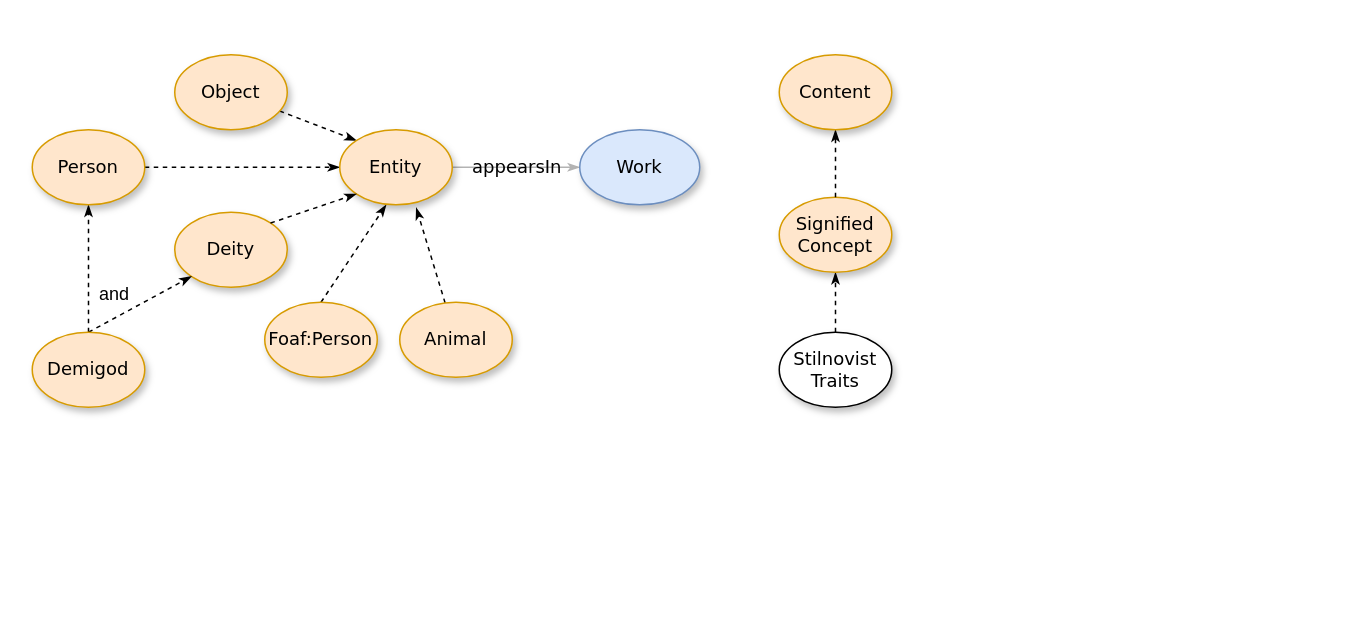
Earlier version of the draw.io diagram Work_Entity.drawio (SeleniaAnastasi/GeneredOntoComedy). Source tidied: cells renumbered, new cells numbered last; positions are measured from the earlier drawing's top-left corner, leaving out a move shared by most shapes. Both pictures are drawn from the tidied source at 150%, with x=0, y=0 at pixel (32, 54).
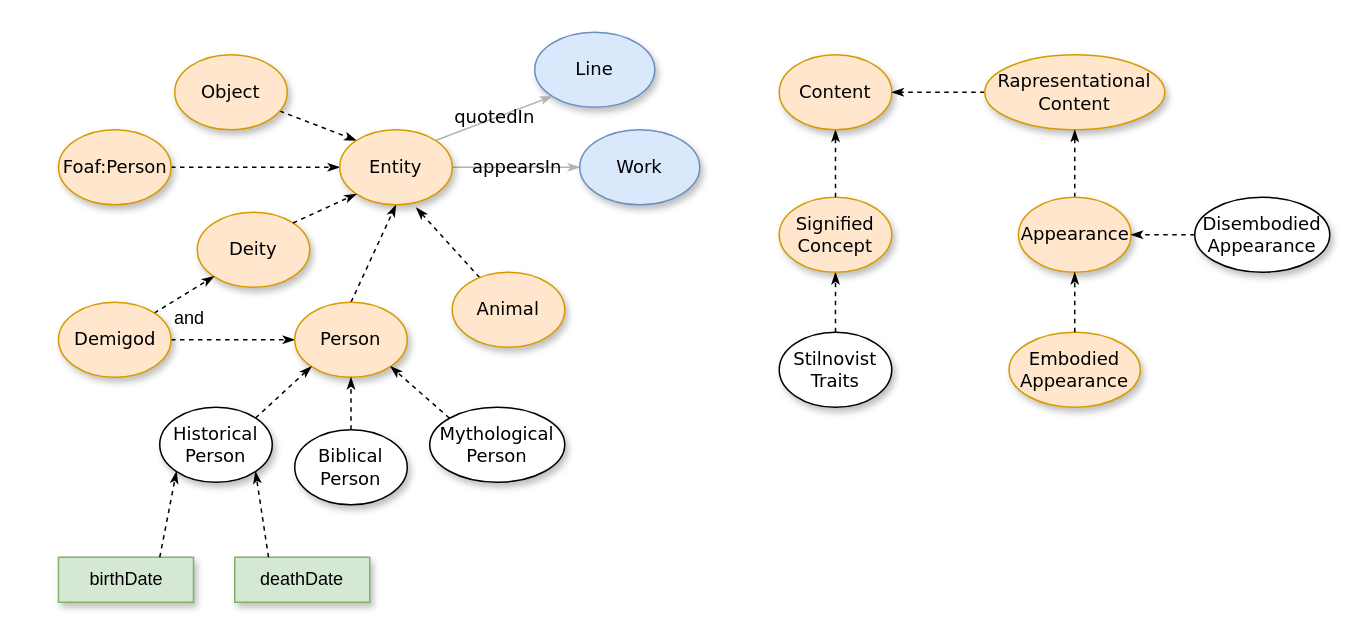
Above is the later version.

Unchanged cells that the change refers to:
```xml
<mxCell id="12" value="&lt;span&gt;Content&lt;/span&gt;" style="ellipse;whiteSpace=wrap;html=1;rounded=0;shadow=1;comic=0;labelBackgroundColor=none;strokeWidth=1;fontFamily=Verdana;fontSize=12;align=center;fillColor=#ffe6cc;strokeColor=#d79b00;" parent="1" vertex="1">
  <mxGeometry x="498" width="75" height="50" as="geometry" />
</mxCell>
<mxCell id="18" value="Entity" style="ellipse;whiteSpace=wrap;html=1;rounded=0;shadow=1;comic=0;labelBackgroundColor=none;strokeWidth=1;fontFamily=Verdana;fontSize=12;align=center;fillColor=#ffe6cc;strokeColor=#d79b00;" parent="1" vertex="1">
  <mxGeometry x="205" y="50" width="75" height="50" as="geometry" />
</mxCell>
```

Diff of the diagram source:
```diff
@@
     <mxCell id="7" value="&lt;span&gt;Animal&lt;/span&gt;" style="ellipse;whiteSpace=wrap;html=1;rounded=0;shadow=1;comic=0;labelBackgroundColor=none;strokeWidth=1;fontFamily=Verdana;fontSize=12;align=center;fillColor=#ffe6cc;strokeColor=#d79b00;" parent="1" vertex="1">
-      <mxGeometry x="245" y="165" width="75" height="50" as="geometry" />
+      <mxGeometry x="280" y="145" width="75" height="50" as="geometry" />
     </mxCell>
@@
-    <mxCell id="11" style="edgeStyle=none;rounded=1;html=1;labelBackgroundColor=none;startArrow=none;startFill=0;startSize=5;endArrow=classicThin;endFill=1;endSize=5;jettySize=auto;strokeColor=#000000;strokeWidth=1;fontFamily=Verdana;fontSize=12;entryX=0.5;entryY=1;entryDx=0;entryDy=0;exitX=0.5;exitY=0;exitDx=0;exitDy=0;dashed=1;" parent="1" edge="1" source="22" target="20">
+    <mxCell id="11" style="edgeStyle=none;rounded=1;html=1;labelBackgroundColor=none;startArrow=none;startFill=0;startSize=5;endArrow=classicThin;endFill=1;endSize=5;jettySize=auto;strokeColor=#000000;strokeWidth=1;fontFamily=Verdana;fontSize=12;entryX=0;entryY=0.5;entryDx=0;entryDy=0;exitX=1;exitY=0.5;exitDx=0;exitDy=0;dashed=1;" parent="1" edge="1" source="22" target="20">
       <mxGeometry relative="1" as="geometry" />
     </mxCell>
@@
-    <mxCell id="14" style="edgeStyle=none;rounded=1;html=1;labelBackgroundColor=none;startArrow=none;startFill=0;startSize=5;endArrow=classicThin;endFill=1;endSize=5;jettySize=auto;strokeColor=#000000;strokeWidth=1;fontFamily=Verdana;fontSize=12;exitX=0.5;exitY=0;exitDx=0;exitDy=0;entryX=0.413;entryY=1;entryDx=0;entryDy=0;entryPerimeter=0;dashed=1;" parent="1" edge="1" source="16" target="18">
+    <mxCell id="14" style="edgeStyle=none;rounded=1;html=1;labelBackgroundColor=none;startArrow=none;startFill=0;startSize=5;endArrow=classicThin;endFill=1;endSize=5;jettySize=auto;strokeColor=#000000;strokeWidth=1;fontFamily=Verdana;fontSize=12;exitX=1;exitY=0.5;exitDx=0;exitDy=0;entryX=0;entryY=0.5;entryDx=0;entryDy=0;dashed=1;" parent="1" edge="1" source="16" target="18">
       <mxGeometry relative="1" as="geometry" />
     </mxCell>
     <mxCell id="15" value="&lt;span&gt;Deity&lt;/span&gt;" style="ellipse;whiteSpace=wrap;html=1;rounded=0;shadow=1;comic=0;labelBackgroundColor=none;strokeWidth=1;fontFamily=Verdana;fontSize=12;align=center;fillColor=#ffe6cc;strokeColor=#d79b00;" parent="1" vertex="1">
-      <mxGeometry x="95" y="105" width="75" height="50" as="geometry" />
+      <mxGeometry x="110" y="105" width="75" height="50" as="geometry" />
     </mxCell>
     <mxCell id="16" value="Foaf:Person" style="ellipse;whiteSpace=wrap;html=1;rounded=0;shadow=1;comic=0;labelBackgroundColor=none;strokeWidth=1;fontFamily=Verdana;fontSize=12;align=center;fillColor=#ffe6cc;strokeColor=#d79b00;" parent="1" vertex="1">
-      <mxGeometry x="155" y="165" width="75" height="50" as="geometry" />
+      <mxGeometry x="17.5" y="50" width="75" height="50" as="geometry" />
     </mxCell>
-    <mxCell id="17" style="edgeStyle=none;rounded=1;html=1;labelBackgroundColor=none;startArrow=none;startFill=0;startSize=5;endArrow=classicThin;endFill=1;endSize=5;jettySize=auto;strokeColor=#000000;strokeWidth=1;fontFamily=Verdana;fontSize=12;exitX=1;exitY=0.5;exitDx=0;exitDy=0;entryX=0;entryY=0.5;entryDx=0;entryDy=0;dashed=1;" parent="1" edge="1" source="20" target="18">
+    <mxCell id="17" style="edgeStyle=none;rounded=1;html=1;labelBackgroundColor=none;startArrow=none;startFill=0;startSize=5;endArrow=classicThin;endFill=1;endSize=5;jettySize=auto;strokeColor=#000000;strokeWidth=1;fontFamily=Verdana;fontSize=12;exitX=0.5;exitY=0;exitDx=0;exitDy=0;entryX=0.5;entryY=1;entryDx=0;entryDy=0;dashed=1;" parent="1" edge="1" source="20" target="18">
       <mxGeometry relative="1" as="geometry" />
     </mxCell>
@@
-    <mxCell id="19" style="edgeStyle=none;rounded=1;html=1;labelBackgroundColor=none;startArrow=none;startFill=0;startSize=5;endArrow=classicThin;endFill=1;endSize=5;jettySize=auto;strokeColor=#000000;strokeWidth=1;fontFamily=Verdana;fontSize=12;entryX=0;entryY=1;entryDx=0;entryDy=0;exitX=0.5;exitY=0;exitDx=0;exitDy=0;dashed=1;" parent="1" edge="1" source="22" target="15">
+    <mxCell id="19" style="edgeStyle=none;rounded=1;html=1;labelBackgroundColor=none;startArrow=none;startFill=0;startSize=5;endArrow=classicThin;endFill=1;endSize=5;jettySize=auto;strokeColor=#000000;strokeWidth=1;fontFamily=Verdana;fontSize=12;entryX=0;entryY=1;entryDx=0;entryDy=0;exitX=1;exitY=0;exitDx=0;exitDy=0;dashed=1;" parent="1" edge="1" source="22" target="15">
       <mxGeometry x="0.17" y="-39" relative="1" as="geometry">
         <mxPoint x="-1" as="offset" />
       </mxGeometry>
     </mxCell>
     <mxCell id="20" value="&lt;span&gt;Person&lt;br&gt;&lt;/span&gt;" style="ellipse;whiteSpace=wrap;html=1;rounded=0;shadow=1;comic=0;labelBackgroundColor=none;strokeWidth=1;fontFamily=Verdana;fontSize=12;align=center;fillColor=#ffe6cc;strokeColor=#d79b00;" parent="1" vertex="1">
-      <mxGeometry y="50" width="75" height="50" as="geometry" />
+      <mxGeometry x="175" y="165" width="75" height="50" as="geometry" />
     </mxCell>
@@
     <mxCell id="22" value="&lt;span&gt;Demigod&lt;br&gt;&lt;/span&gt;" style="ellipse;whiteSpace=wrap;html=1;rounded=0;shadow=1;comic=0;labelBackgroundColor=none;strokeWidth=1;fontFamily=Verdana;fontSize=12;align=center;fillColor=#ffe6cc;strokeColor=#d79b00;" parent="1" vertex="1">
-      <mxGeometry y="185" width="75" height="50" as="geometry" />
+      <mxGeometry x="17.5" y="165" width="75" height="50" as="geometry" />
     </mxCell>
     <mxCell id="23" value="and" style="text;html=1;strokeColor=none;fillColor=none;align=center;verticalAlign=middle;whiteSpace=wrap;rounded=0;" parent="1" vertex="1">
-      <mxGeometry x="25" y="145" width="60" height="30" as="geometry" />
+      <mxGeometry x="75" y="166" width="60" height="20" as="geometry" />
     </mxCell>
+    <mxCell id="24" style="edgeStyle=none;rounded=1;html=1;labelBackgroundColor=none;startArrow=none;startFill=0;startSize=5;endArrow=classicThin;endFill=1;endSize=5;jettySize=auto;strokeColor=#000000;strokeWidth=1;fontFamily=Verdana;fontSize=12;exitX=0;exitY=0.5;exitDx=0;exitDy=0;entryX=1;entryY=0.5;entryDx=0;entryDy=0;dashed=1;" parent="1" edge="1" source="25" target="12">
+      <mxGeometry relative="1" as="geometry" />
+    </mxCell>
+    <mxCell id="25" value="&lt;span&gt;Rapresentational&lt;br&gt;Content&lt;br&gt;&lt;/span&gt;" style="ellipse;whiteSpace=wrap;html=1;rounded=0;shadow=1;comic=0;labelBackgroundColor=none;strokeWidth=1;fontFamily=Verdana;fontSize=12;align=center;fillColor=#ffe6cc;strokeColor=#d79b00;" parent="1" vertex="1">
+      <mxGeometry x="635" width="120" height="50" as="geometry" />
+    </mxCell>
+    <mxCell id="26" style="edgeStyle=none;rounded=1;html=1;labelBackgroundColor=none;startArrow=none;startFill=0;startSize=5;endArrow=classicThin;endFill=1;endSize=5;jettySize=auto;strokeColor=#000000;strokeWidth=1;fontFamily=Verdana;fontSize=12;exitX=0.5;exitY=0;exitDx=0;exitDy=0;entryX=0.5;entryY=1;entryDx=0;entryDy=0;dashed=1;" parent="1" edge="1" source="27">
+      <mxGeometry relative="1" as="geometry">
+        <mxPoint x="695" y="50" as="targetPoint" />
+      </mxGeometry>
+    </mxCell>
+    <mxCell id="27" value="&lt;span&gt;Appearance&lt;br&gt;&lt;/span&gt;" style="ellipse;whiteSpace=wrap;html=1;rounded=0;shadow=1;comic=0;labelBackgroundColor=none;strokeWidth=1;fontFamily=Verdana;fontSize=12;align=center;fillColor=#ffe6cc;strokeColor=#d79b00;" parent="1" vertex="1">
+      <mxGeometry x="657.5" y="95" width="75" height="50" as="geometry" />
+    </mxCell>
+    <mxCell id="28" value="&lt;span&gt;Disembodied Appearance&lt;br&gt;&lt;/span&gt;" style="ellipse;whiteSpace=wrap;html=1;rounded=0;shadow=1;comic=0;labelBackgroundColor=none;strokeWidth=1;fontFamily=Verdana;fontSize=12;align=center;" parent="1" vertex="1">
+      <mxGeometry x="775" y="95" width="90" height="50" as="geometry" />
+    </mxCell>
+    <mxCell id="29" value="&lt;span&gt;Embodied&lt;br&gt;Appearance&lt;br&gt;&lt;/span&gt;" style="ellipse;whiteSpace=wrap;html=1;rounded=0;shadow=1;comic=0;labelBackgroundColor=none;strokeWidth=1;fontFamily=Verdana;fontSize=12;align=center;fillColor=#ffe6cc;strokeColor=#d79b00;" parent="1" vertex="1">
+      <mxGeometry x="651.2" y="185" width="87.5" height="50" as="geometry" />
+    </mxCell>
+    <mxCell id="30" value="&lt;span&gt;Historical&lt;br&gt;Person&lt;br&gt;&lt;/span&gt;" style="ellipse;whiteSpace=wrap;html=1;rounded=0;shadow=1;comic=0;labelBackgroundColor=none;strokeWidth=1;fontFamily=Verdana;fontSize=12;align=center;" parent="1" vertex="1">
+      <mxGeometry x="85" y="235" width="75" height="50" as="geometry" />
+    </mxCell>
+    <mxCell id="31" style="edgeStyle=none;rounded=1;html=1;labelBackgroundColor=none;startArrow=none;startFill=0;startSize=5;endArrow=classicThin;endFill=1;endSize=5;jettySize=auto;strokeColor=#000000;strokeWidth=1;fontFamily=Verdana;fontSize=12;dashed=1;entryX=0.5;entryY=1;entryDx=0;entryDy=0;" parent="1" edge="1" target="27">
+      <mxGeometry relative="1" as="geometry">
+        <mxPoint x="695" y="185" as="sourcePoint" />
+      </mxGeometry>
+    </mxCell>
+    <mxCell id="32" style="edgeStyle=none;rounded=1;html=1;labelBackgroundColor=none;startArrow=none;startFill=0;startSize=5;endArrow=classicThin;endFill=1;endSize=5;jettySize=auto;strokeColor=#000000;strokeWidth=1;fontFamily=Verdana;fontSize=12;dashed=1;entryX=1;entryY=0.5;entryDx=0;entryDy=0;exitX=0;exitY=0.5;exitDx=0;exitDy=0;" parent="1" edge="1" source="28" target="27">
+      <mxGeometry relative="1" as="geometry" />
+    </mxCell>
+    <mxCell id="33" value="&lt;span&gt;Biblical&lt;br&gt;Person&lt;br&gt;&lt;/span&gt;" style="ellipse;whiteSpace=wrap;html=1;rounded=0;shadow=1;comic=0;labelBackgroundColor=none;strokeWidth=1;fontFamily=Verdana;fontSize=12;align=center;" parent="1" vertex="1">
+      <mxGeometry x="175" y="250" width="75" height="50" as="geometry" />
+    </mxCell>
+    <mxCell id="34" value="&lt;span&gt;Mythological&lt;br&gt;Person&lt;br&gt;&lt;/span&gt;" style="ellipse;whiteSpace=wrap;html=1;rounded=0;shadow=1;comic=0;labelBackgroundColor=none;strokeWidth=1;fontFamily=Verdana;fontSize=12;align=center;" parent="1" vertex="1">
+      <mxGeometry x="265" y="235" width="90" height="50" as="geometry" />
+    </mxCell>
+    <mxCell id="35" style="edgeStyle=none;rounded=1;html=1;labelBackgroundColor=none;startArrow=none;startFill=0;startSize=5;endArrow=classicThin;endFill=1;endSize=5;jettySize=auto;strokeColor=#000000;strokeWidth=1;fontFamily=Verdana;fontSize=12;exitX=1;exitY=0;exitDx=0;exitDy=0;entryX=0;entryY=1;entryDx=0;entryDy=0;dashed=1;" parent="1" edge="1" source="30" target="20">
+      <mxGeometry relative="1" as="geometry" />
+    </mxCell>
+    <mxCell id="36" style="edgeStyle=none;rounded=1;html=1;labelBackgroundColor=none;startArrow=none;startFill=0;startSize=5;endArrow=classicThin;endFill=1;endSize=5;jettySize=auto;strokeColor=#000000;strokeWidth=1;fontFamily=Verdana;fontSize=12;exitX=0.5;exitY=0;exitDx=0;exitDy=0;entryX=0.5;entryY=1;entryDx=0;entryDy=0;dashed=1;" parent="1" edge="1" source="33" target="20">
+      <mxGeometry relative="1" as="geometry" />
+    </mxCell>
+    <mxCell id="37" style="edgeStyle=none;rounded=1;html=1;labelBackgroundColor=none;startArrow=none;startFill=0;startSize=5;endArrow=classicThin;endFill=1;endSize=5;jettySize=auto;strokeColor=#000000;strokeWidth=1;fontFamily=Verdana;fontSize=12;exitX=0;exitY=0;exitDx=0;exitDy=0;entryX=1;entryY=1;entryDx=0;entryDy=0;dashed=1;" parent="1" edge="1" source="34" target="20">
+      <mxGeometry relative="1" as="geometry" />
+    </mxCell>
+    <mxCell id="38" value="birthDate" style="rounded=0;whiteSpace=wrap;html=1;shadow=1;fillColor=#d5e8d4;strokeColor=#82b366;" parent="1" vertex="1">
+      <mxGeometry x="17.5" y="335" width="90" height="30" as="geometry" />
+    </mxCell>
+    <mxCell id="39" value="deathDate" style="rounded=0;whiteSpace=wrap;html=1;shadow=1;fillColor=#d5e8d4;strokeColor=#82b366;" parent="1" vertex="1">
+      <mxGeometry x="135" y="335" width="90" height="30" as="geometry" />
+    </mxCell>
+    <mxCell id="40" style="edgeStyle=none;rounded=1;html=1;labelBackgroundColor=none;startArrow=none;startFill=0;startSize=5;endArrow=classicThin;endFill=1;endSize=5;jettySize=auto;strokeColor=#000000;strokeWidth=1;fontFamily=Verdana;fontSize=12;exitX=0.75;exitY=0;exitDx=0;exitDy=0;dashed=1;entryX=0;entryY=1;entryDx=0;entryDy=0;" parent="1" edge="1" source="38" target="30">
+      <mxGeometry relative="1" as="geometry" />
+    </mxCell>
+    <mxCell id="41" style="edgeStyle=none;rounded=1;html=1;labelBackgroundColor=none;startArrow=none;startFill=0;startSize=5;endArrow=classicThin;endFill=1;endSize=5;jettySize=auto;strokeColor=#000000;strokeWidth=1;fontFamily=Verdana;fontSize=12;exitX=0.25;exitY=0;exitDx=0;exitDy=0;entryX=1;entryY=1;entryDx=0;entryDy=0;dashed=1;" parent="1" edge="1" source="39" target="30">
+      <mxGeometry relative="1" as="geometry" />
+    </mxCell>
+    <mxCell id="42" value="Line" style="ellipse;whiteSpace=wrap;html=1;rounded=0;shadow=1;comic=0;labelBackgroundColor=none;strokeWidth=1;fontFamily=Verdana;fontSize=12;align=center;fillColor=#dae8fc;strokeColor=#6c8ebf;" parent="1" vertex="1">
+      <mxGeometry x="335" y="-15" width="80" height="50" as="geometry" />
+    </mxCell>
+    <mxCell id="43" value="quotedIn" style="edgeStyle=none;rounded=1;html=1;labelBackgroundColor=none;startArrow=none;startFill=0;startSize=5;endArrow=classicThin;endFill=1;endSize=5;jettySize=auto;strokeColor=#B3B3B3;strokeWidth=1;fontFamily=Verdana;fontSize=12;exitX=1;exitY=0;exitDx=0;exitDy=0;entryX=0;entryY=1;entryDx=0;entryDy=0;" parent="1" edge="1" source="18" target="42">
+      <mxGeometry relative="1" as="geometry" />
+    </mxCell>
```
